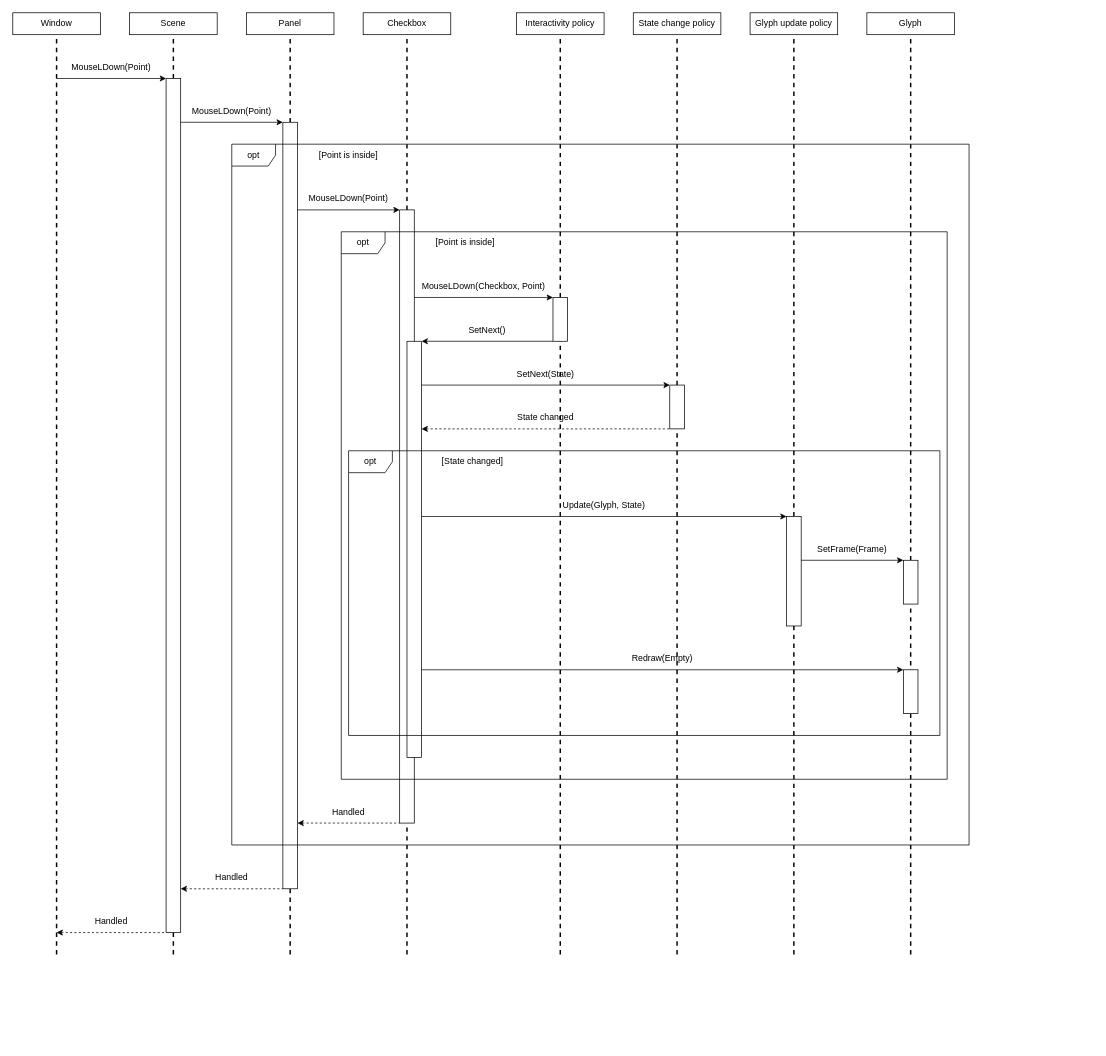
Before: doc/ui/checkbox_mouse_l_down.drawio in vitalii-samoilenko/voicemeeter-deskband, a draw.io diagram. Source tidied: cells renumbered, new cells numbered last; positions are measured from the earlier drawing's top-left corner, leaving out a move shared by most shapes. Both pictures are drawn from the tidied source at 73%, with x=0, y=0 at pixel (12, 12).
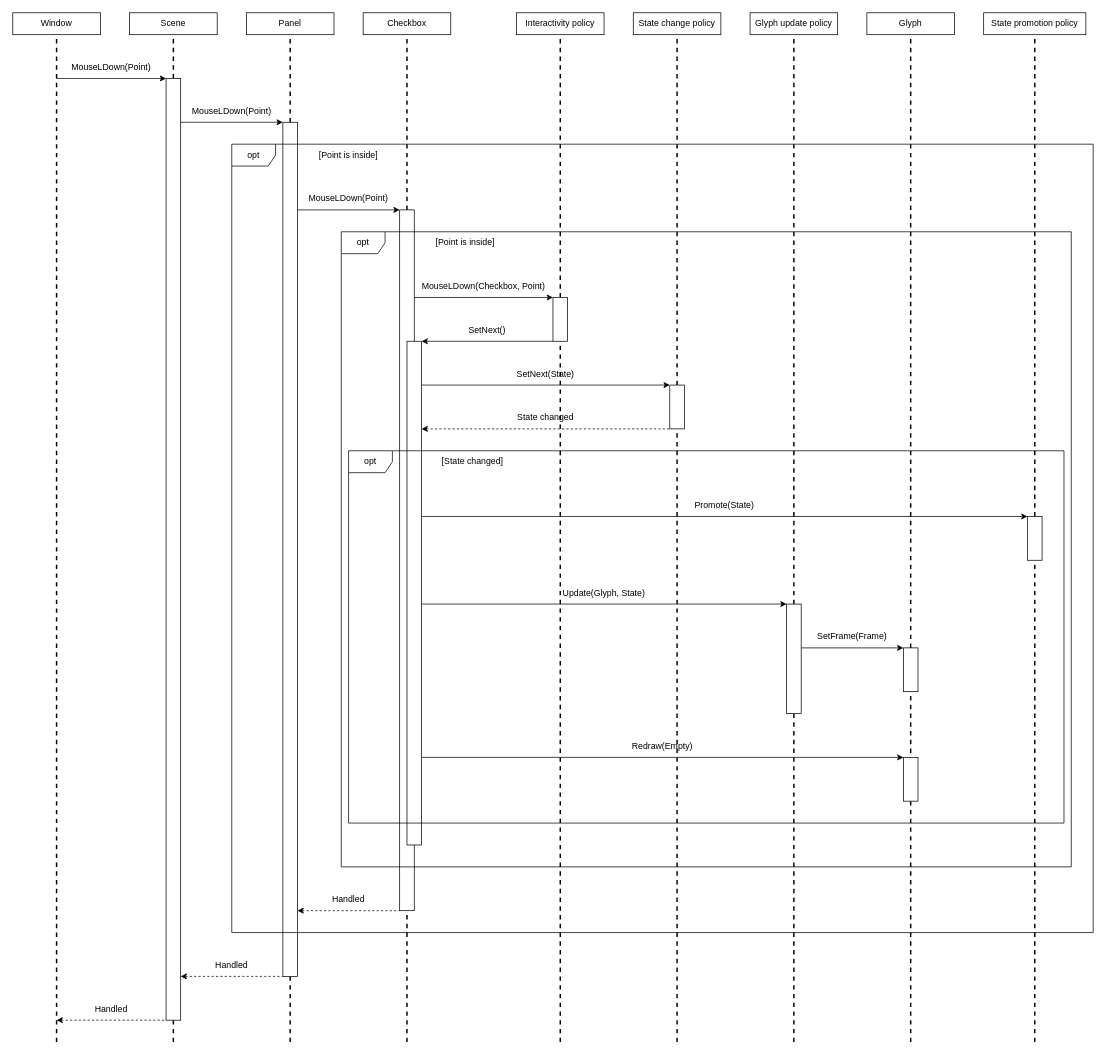
Above is the later version.

Unchanged cells that the change refers to:
```xml
<mxCell id="2" value="Window" style="rounded=0;whiteSpace=wrap;html=1;" parent="1" vertex="1">
  <mxGeometry width="120" height="30" as="geometry" />
</mxCell>
<mxCell id="3" value="Scene" style="rounded=0;whiteSpace=wrap;html=1;" parent="1" vertex="1">
  <mxGeometry x="160" width="120" height="30" as="geometry" />
</mxCell>
<mxCell id="5" value="Checkbox" style="rounded=0;whiteSpace=wrap;html=1;" parent="1" vertex="1">
  <mxGeometry x="480" width="120" height="30" as="geometry" />
</mxCell>
<mxCell id="6" value="Interactivity policy" style="rounded=0;whiteSpace=wrap;html=1;" parent="1" vertex="1">
  <mxGeometry x="690" width="120" height="30" as="geometry" />
</mxCell>
<mxCell id="7" value="State change policy" style="rounded=0;whiteSpace=wrap;html=1;" parent="1" vertex="1">
  <mxGeometry x="850" width="120" height="30" as="geometry" />
</mxCell>
<mxCell id="8" value="Glyph update policy" style="rounded=0;whiteSpace=wrap;html=1;" parent="1" vertex="1">
  <mxGeometry x="1010" width="120" height="30" as="geometry" />
</mxCell>
<mxCell id="9" value="Glyph" style="rounded=0;whiteSpace=wrap;html=1;" parent="1" vertex="1">
  <mxGeometry x="1170" width="120" height="30" as="geometry" />
</mxCell>
```

The edit, as a diff of the source:
```diff
@@
     <mxCell id="10" style="endArrow=none;dashed=1;html=1;strokeWidth=2;rounded=0;" parent="1" edge="1" target="2">
       <mxGeometry relative="1" as="geometry">
-        <mxPoint x="60" y="1290" as="sourcePoint" />
+        <mxPoint x="60" y="1410" as="sourcePoint" />
       </mxGeometry>
     </mxCell>
     <mxCell id="11" style="endArrow=none;dashed=1;html=1;strokeWidth=2;rounded=0;" parent="1" edge="1" target="3">
       <mxGeometry relative="1" as="geometry">
-        <mxPoint x="220" y="1290" as="sourcePoint" />
+        <mxPoint x="220" y="1410" as="sourcePoint" />
       </mxGeometry>
     </mxCell>
@@
     <mxCell id="13" style="endArrow=none;dashed=1;html=1;strokeWidth=2;rounded=0;" parent="1" edge="1" target="5">
       <mxGeometry relative="1" as="geometry">
-        <mxPoint x="540" y="1290" as="sourcePoint" />
+        <mxPoint x="540" y="1410" as="sourcePoint" />
       </mxGeometry>
     </mxCell>
     <mxCell id="14" style="endArrow=none;dashed=1;html=1;strokeWidth=2;rounded=0;" parent="1" edge="1" target="6">
       <mxGeometry relative="1" as="geometry">
-        <mxPoint x="750" y="1290" as="sourcePoint" />
+        <mxPoint x="750" y="1410" as="sourcePoint" />
       </mxGeometry>
     </mxCell>
     <mxCell id="15" style="endArrow=none;dashed=1;html=1;strokeWidth=2;rounded=0;" parent="1" edge="1" target="7">
       <mxGeometry relative="1" as="geometry">
-        <mxPoint x="910" y="1290" as="sourcePoint" />
+        <mxPoint x="910" y="1410" as="sourcePoint" />
       </mxGeometry>
     </mxCell>
     <mxCell id="16" style="endArrow=none;dashed=1;html=1;strokeWidth=2;rounded=0;" parent="1" edge="1" target="8">
       <mxGeometry relative="1" as="geometry">
-        <mxPoint x="1070" y="1290" as="sourcePoint" />
+        <mxPoint x="1070" y="1410" as="sourcePoint" />
       </mxGeometry>
     </mxCell>
     <mxCell id="17" style="endArrow=none;dashed=1;html=1;strokeWidth=2;rounded=0;" parent="1" edge="1" target="9">
       <mxGeometry relative="1" as="geometry">
-        <mxPoint x="1230" y="1290" as="sourcePoint" />
+        <mxPoint x="1230" y="1410" as="sourcePoint" />
       </mxGeometry>
     </mxCell>
@@
     <mxCell id="19" style="rounded=0;whiteSpace=wrap;html=1;" parent="1" vertex="1">
-      <mxGeometry x="210" y="90" width="20" height="1170" as="geometry" />
+      <mxGeometry x="210" y="90" width="20" height="1290" as="geometry" />
     </mxCell>
@@
     <mxCell id="21" style="endArrow=none;dashed=1;html=1;strokeWidth=2;rounded=0;" parent="1" edge="1" target="22">
       <mxGeometry relative="1" as="geometry">
-        <mxPoint x="380" y="1290" as="sourcePoint" />
+        <mxPoint x="380" y="1410" as="sourcePoint" />
       </mxGeometry>
     </mxCell>
     <mxCell id="22" style="rounded=0;whiteSpace=wrap;html=1;" parent="1" vertex="1">
-      <mxGeometry x="370" y="150" width="20" height="1050" as="geometry" />
+      <mxGeometry x="370" y="150" width="20" height="1170" as="geometry" />
     </mxCell>
     <mxCell id="23" style="rounded=0;whiteSpace=wrap;html=1;" parent="1" vertex="1">
-      <mxGeometry x="530" y="270" width="20" height="840" as="geometry" />
+      <mxGeometry x="530" y="270" width="20" height="960" as="geometry" />
     </mxCell>
@@
     <mxCell id="26" value="opt" style="shape=umlFrame;whiteSpace=wrap;html=1;" parent="1" vertex="1">
-      <mxGeometry x="450" y="300" width="830" height="750" as="geometry" />
+      <mxGeometry x="450" y="300" width="1000" height="870" as="geometry" />
     </mxCell>
@@
     <mxCell id="39" style="rounded=0;whiteSpace=wrap;html=1;" parent="1" vertex="1">
-      <mxGeometry x="1060" y="690" width="20" height="150" as="geometry" />
+      <mxGeometry x="1060" y="810" width="20" height="150" as="geometry" />
     </mxCell>
@@
     <mxCell id="41" value="Update(Glyph, State)" style="text;html=1;align=center;verticalAlign=middle;whiteSpace=wrap;rounded=0;" parent="1" vertex="1">
-      <mxGeometry x="560" y="660" width="500" height="30" as="geometry" />
+      <mxGeometry x="560" y="780" width="500" height="30" as="geometry" />
     </mxCell>
     <mxCell id="42" style="endArrow=classic;html=1;rounded=0;exitX=0;exitY=1;exitDx=0;exitDy=0;entryX=0;entryY=0;entryDx=0;entryDy=0;" parent="1" edge="1" source="43">
       <mxGeometry relative="1" as="geometry">
-        <mxPoint x="1220" y="750" as="targetPoint" />
+        <mxPoint x="1220" y="870" as="targetPoint" />
       </mxGeometry>
     </mxCell>
     <mxCell id="43" value="SetFrame(Frame)" style="text;html=1;align=center;verticalAlign=middle;whiteSpace=wrap;rounded=0;" parent="1" vertex="1">
-      <mxGeometry x="1080" y="720" width="140" height="30" as="geometry" />
+      <mxGeometry x="1080" y="840" width="140" height="30" as="geometry" />
     </mxCell>
     <mxCell id="44" style="rounded=0;whiteSpace=wrap;html=1;" parent="1" vertex="1">
-      <mxGeometry x="1220" y="750" width="20" height="60" as="geometry" />
+      <mxGeometry x="1220" y="870" width="20" height="60" as="geometry" />
     </mxCell>
@@
     <mxCell id="46" value="Redraw(Empty)" style="text;html=1;align=center;verticalAlign=middle;whiteSpace=wrap;rounded=0;" parent="1" vertex="1">
-      <mxGeometry x="560" y="870" width="660" height="30" as="geometry" />
+      <mxGeometry x="560" y="990" width="660" height="30" as="geometry" />
     </mxCell>
     <mxCell id="47" style="rounded=0;whiteSpace=wrap;html=1;" parent="1" vertex="1">
-      <mxGeometry x="1220" y="900" width="20" height="60" as="geometry" />
+      <mxGeometry x="1220" y="1020" width="20" height="60" as="geometry" />
     </mxCell>
@@
     <mxCell id="50" value="opt" style="shape=umlFrame;whiteSpace=wrap;html=1;" parent="1" vertex="1">
-      <mxGeometry x="300" y="180" width="1010" height="960" as="geometry" />
+      <mxGeometry x="300" y="180" width="1180" height="1080" as="geometry" />
     </mxCell>
@@
     <mxCell id="52" style="rounded=0;whiteSpace=wrap;html=1;" parent="1" vertex="1">
-      <mxGeometry x="540" y="450" width="20" height="570" as="geometry" />
+      <mxGeometry x="540" y="450" width="20" height="690" as="geometry" />
     </mxCell>
     <mxCell id="53" value="opt" style="shape=umlFrame;whiteSpace=wrap;html=1;" parent="1" vertex="1">
-      <mxGeometry x="460" y="600" width="810" height="390" as="geometry" />
+      <mxGeometry x="460" y="600" width="980" height="510" as="geometry" />
     </mxCell>
@@
     <mxCell id="55" value="Handled" style="text;html=1;align=center;verticalAlign=middle;whiteSpace=wrap;rounded=0;" parent="1" vertex="1">
-      <mxGeometry x="390" y="1080" width="140" height="30" as="geometry" />
+      <mxGeometry x="390" y="1200" width="140" height="30" as="geometry" />
     </mxCell>
@@
     <mxCell id="57" value="Handled" style="text;html=1;align=center;verticalAlign=middle;whiteSpace=wrap;rounded=0;" parent="1" vertex="1">
-      <mxGeometry x="230" y="1170" width="140" height="30" as="geometry" />
+      <mxGeometry x="230" y="1290" width="140" height="30" as="geometry" />
     </mxCell>
@@
     <mxCell id="59" value="Handled" style="text;html=1;align=center;verticalAlign=middle;whiteSpace=wrap;rounded=0;" parent="1" vertex="1">
-      <mxGeometry x="60" y="1230" width="150" height="30" as="geometry" />
+      <mxGeometry x="60" y="1350" width="150" height="30" as="geometry" />
     </mxCell>
+    <mxCell id="60" value="State promotion policy" style="rounded=0;whiteSpace=wrap;html=1;" parent="1" vertex="1">
+      <mxGeometry x="1330" width="140" height="30" as="geometry" />
+    </mxCell>
+    <mxCell id="61" style="endArrow=none;dashed=1;html=1;strokeWidth=2;rounded=0;" parent="1" edge="1" target="60">
+      <mxGeometry relative="1" as="geometry">
+        <mxPoint x="1400" y="690" as="sourcePoint" />
+      </mxGeometry>
+    </mxCell>
+    <mxCell id="62" style="endArrow=none;dashed=1;html=1;strokeWidth=2;rounded=0;" parent="1" edge="1" target="63">
+      <mxGeometry relative="1" as="geometry">
+        <mxPoint x="1400" y="1410" as="sourcePoint" />
+      </mxGeometry>
+    </mxCell>
+    <mxCell id="63" style="rounded=0;whiteSpace=wrap;html=1;" parent="1" vertex="1">
+      <mxGeometry x="1390" y="690" width="20" height="60" as="geometry" />
+    </mxCell>
+    <mxCell id="64" style="endArrow=classic;html=1;rounded=0;exitX=0;exitY=1;exitDx=0;exitDy=0;entryX=1;entryY=1;entryDx=0;entryDy=0;" parent="1" edge="1" source="65" target="65">
+      <mxGeometry relative="1" as="geometry" />
+    </mxCell>
+    <mxCell id="65" value="Promote(State)" style="text;html=1;align=center;verticalAlign=middle;whiteSpace=wrap;rounded=0;" parent="1" vertex="1">
+      <mxGeometry x="560" y="660" width="830" height="30" as="geometry" />
+    </mxCell>
```
